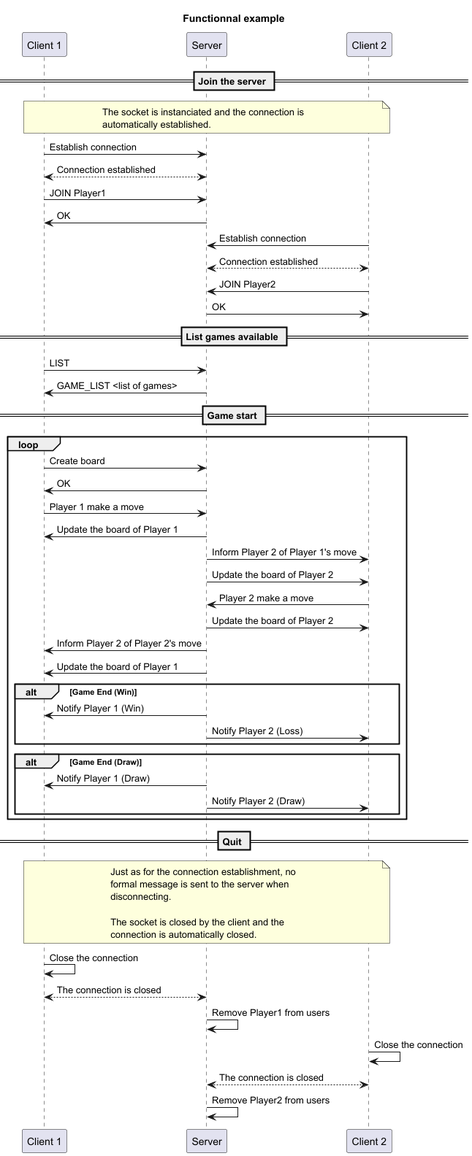
AlexB-HEIG/DAI-Practical-work-2 keeps this PlantUML diagram as doc/img/Functional_example-Functionnal_example.png. Above is the earlier version.
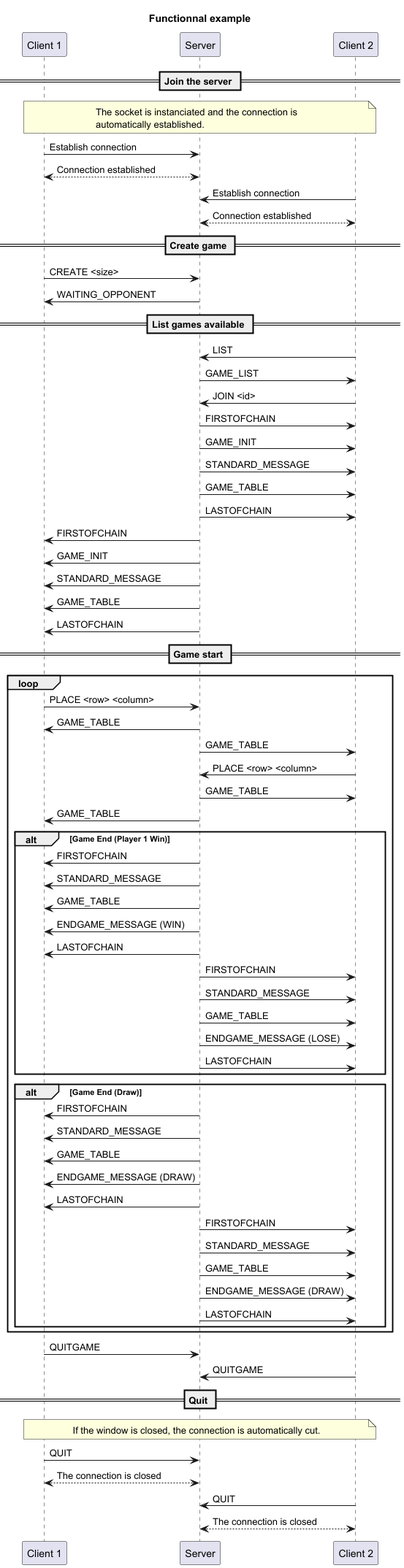
The same diagram one commit later.

Diff of the diagram source:
```diff
@@ -16,67 +16,93 @@
 c1->s : Establish connection
 c1<-->s : Connection established
 
-c1->s: JOIN Player1
-s->c1: OK
-
 c2->s : Establish connection
 c2<-->s : Connection established
 
-c2->s: JOIN Player2
-s->c2: OK
+
+== Create game ==
+
+c1->s: CREATE <size>
+s->c1: WAITING_OPPONENT
 
 == List games available ==
 
-c1->s: LIST
-s->c1: GAME_LIST <list of games>
+c2->s: LIST
+s->c2: GAME_LIST
+
+c2->s: JOIN <id>
+
+s->c2: FIRSTOFCHAIN
+s->c2: GAME_INIT
+s->c2: STANDARD_MESSAGE
+s->c2: GAME_TABLE
+s->c2: LASTOFCHAIN
+
+s->c1: FIRSTOFCHAIN
+s->c1: GAME_INIT
+s->c1: STANDARD_MESSAGE
+s->c1: GAME_TABLE
+s->c1: LASTOFCHAIN
 
 == Game start ==
 
 loop
 
-c1->s : Create board
-s->c1: OK
 
-    c1->s: Player 1 make a move
-    s->c1: Update the board of Player 1
-    s->c2: Inform Player 2 of Player 1's move
-    s->c2: Update the board of Player 2
+    c1->s: PLACE <row> <column>
+    s->c1: GAME_TABLE
+    s->c2: GAME_TABLE
 
-    c2->s: Player 2 make a move
-    s->c2: Update the board of Player 2
-    s->c1: Inform Player 2 of Player 2's move
-    s->c1: Update the board of Player 1
+    c2->s: PLACE <row> <column>
+    s->c2: GAME_TABLE
+    s->c1: GAME_TABLE
 
-    alt Game End (Win)
-        s -> c1: Notify Player 1 (Win)
-        s -> c2: Notify Player 2 (Loss)
+    alt Game End (Player 1 Win)
+        s -> c1:FIRSTOFCHAIN
+        s -> c1:STANDARD_MESSAGE
+        s -> c1:GAME_TABLE
+        s -> c1:ENDGAME_MESSAGE (WIN)
+        s -> c1:LASTOFCHAIN
+        s -> c2:FIRSTOFCHAIN
+        s -> c2:STANDARD_MESSAGE
+        s -> c2:GAME_TABLE
+        s -> c2:ENDGAME_MESSAGE (LOSE)
+        s -> c2:LASTOFCHAIN
     end
 
     alt Game End (Draw)
-        s -> c1: Notify Player 1 (Draw)
-        s -> c2: Notify Player 2 (Draw)
+        s -> c1:FIRSTOFCHAIN
+                s -> c1:STANDARD_MESSAGE
+                s -> c1:GAME_TABLE
+                s -> c1:ENDGAME_MESSAGE (DRAW)
+                s -> c1:LASTOFCHAIN
+                s -> c2:FIRSTOFCHAIN
+                s -> c2:STANDARD_MESSAGE
+                s -> c2:GAME_TABLE
+                s -> c2:ENDGAME_MESSAGE (DRAW)
+                s -> c2:LASTOFCHAIN
     end
 
+
+
 end
+
+    c1->s: QUITGAME
+    c2->s: QUITGAME
 
 == Quit ==
 
 note over c1, c2
-Just as for the connection establishment, no
-formal message is sent to the server when
-disconnecting.
-
-The socket is closed by the client and the
-connection is automatically closed.
+If the window is closed, the connection is automatically cut.
 end note
 
-c1->c1: Close the connection
+c1->s: QUIT
 c1<-->s: The connection is closed
-s->s: Remove Player1 from users
 
-c2->c2: Close the connection
+
+c2->s: QUIT
 c2<-->s: The connection is closed
-s->s: Remove Player2 from users
+
 
 
 @enduml
```
